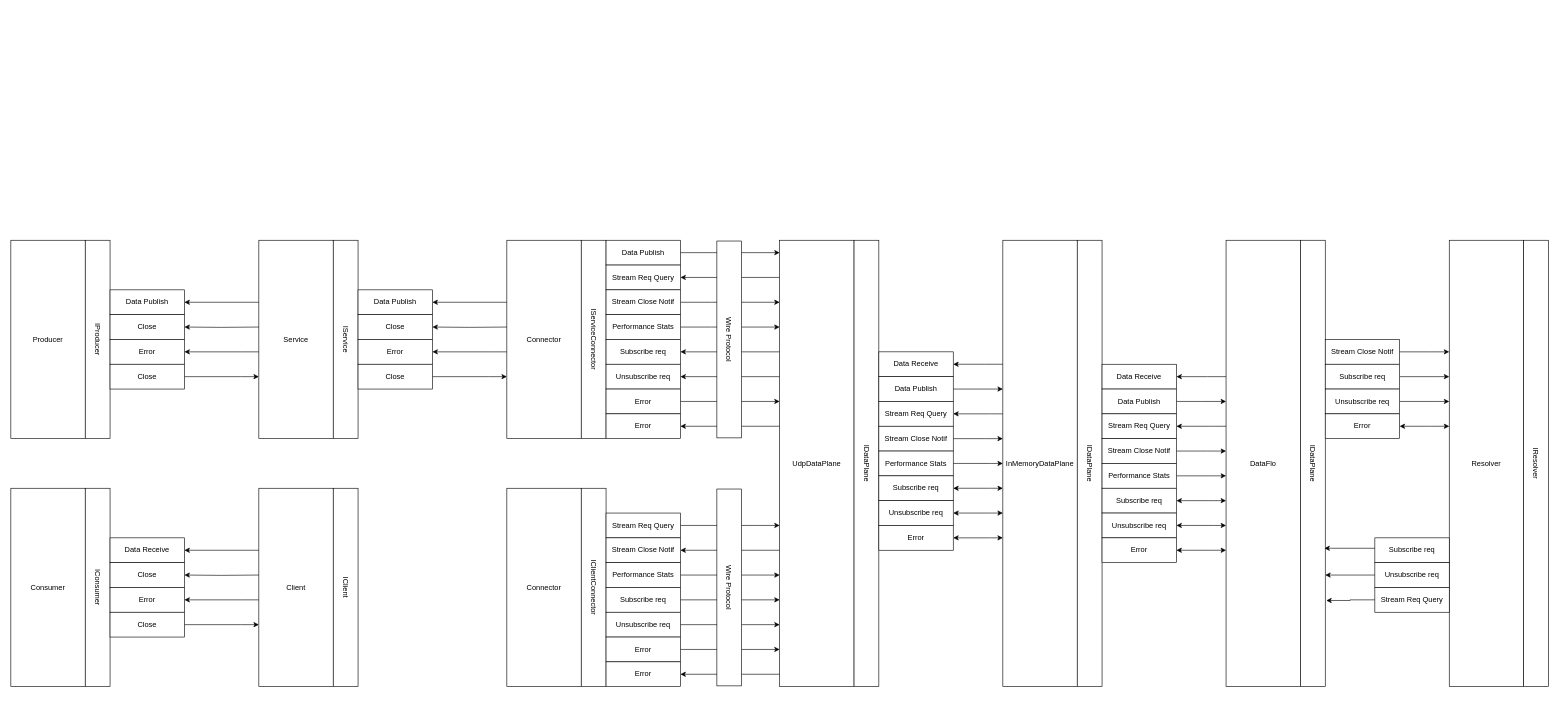
The draw.io diagram page "Object Data Flow" (7 of 12) of documentation.drawio in yash101/DataFloJava, before the edit. Source tidied: cells renumbered, new cells numbered last; positions are measured from the earlier drawing's top-left corner, leaving out a move shared by most shapes. Both pictures are drawn from the tidied source at 62%, with x=0, y=0 at pixel (-2, 240).
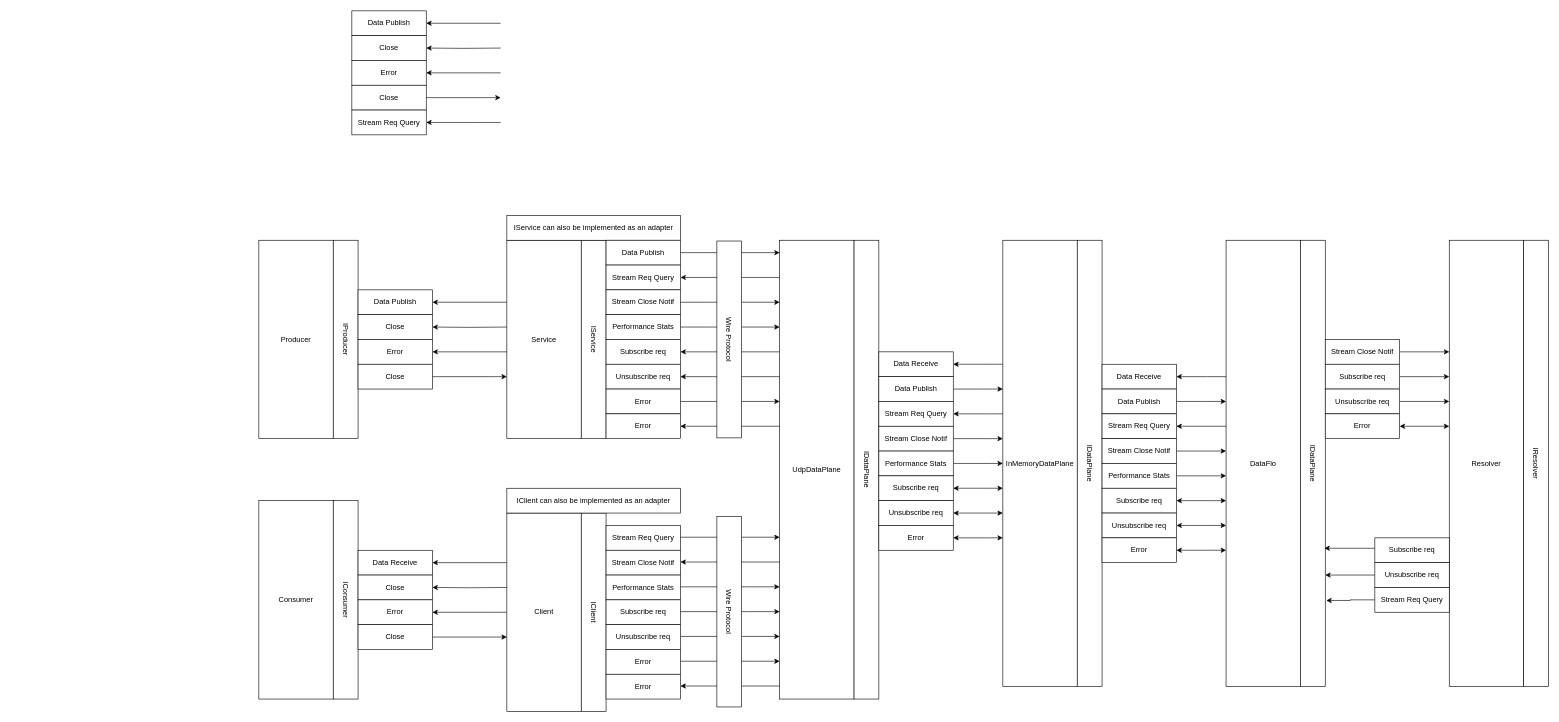
The same diagram, later.

Change to the diagram source:
```diff
@@
     <mxCell id="2" value="Producer" style="rounded=0;whiteSpace=wrap;html=1;" parent="1" vertex="1">
-      <mxGeometry x="20" width="120" height="320" as="geometry" />
+      <mxGeometry x="420" width="120" height="320" as="geometry" />
     </mxCell>
     <mxCell id="3" value="IProducer" style="rounded=0;whiteSpace=wrap;html=1;rotation=90;" parent="1" vertex="1">
-      <mxGeometry y="140" width="320" height="40" as="geometry" />
+      <mxGeometry x="400" y="140" width="320" height="40" as="geometry" />
     </mxCell>
     <mxCell id="4" value="Consumer" style="rounded=0;whiteSpace=wrap;html=1;" parent="1" vertex="1">
-      <mxGeometry x="20" y="400" width="120" height="320" as="geometry" />
+      <mxGeometry x="420" y="420" width="120" height="320" as="geometry" />
     </mxCell>
     <mxCell id="5" value="IConsumer" style="rounded=0;whiteSpace=wrap;html=1;rotation=90;" parent="1" vertex="1">
-      <mxGeometry y="540" width="320" height="40" as="geometry" />
+      <mxGeometry x="400" y="560" width="320" height="40" as="geometry" />
     </mxCell>
     <mxCell id="6" value="Service" style="rounded=0;whiteSpace=wrap;html=1;" parent="1" vertex="1">
-      <mxGeometry x="420" width="120" height="320" as="geometry" />
+      <mxGeometry x="820" width="120" height="320" as="geometry" />
     </mxCell>
     <mxCell id="7" value="IService" style="rounded=0;whiteSpace=wrap;html=1;rotation=90;" parent="1" vertex="1">
-      <mxGeometry x="400" y="140" width="320" height="40" as="geometry" />
+      <mxGeometry x="800" y="140" width="320" height="40" as="geometry" />
     </mxCell>
     <mxCell id="8" style="edgeStyle=orthogonalEdgeStyle;rounded=0;jettySize=auto;html=1;" parent="1" edge="1" target="59">
       <mxGeometry relative="1" as="geometry">
-        <mxPoint x="420" y="500" as="sourcePoint" />
+        <mxPoint x="820" y="520" as="sourcePoint" />
         <Array as="points">
-          <mxPoint x="380" y="500" />
-          <mxPoint x="380" y="500" />
+          <mxPoint x="780" y="520" />
+          <mxPoint x="780" y="520" />
         </Array>
       </mxGeometry>
     </mxCell>
     <mxCell id="9" style="edgeStyle=orthogonalEdgeStyle;rounded=0;jettySize=auto;html=1;" parent="1" edge="1" target="60">
       <mxGeometry relative="1" as="geometry">
-        <mxPoint x="420" y="540" as="sourcePoint" />
+        <mxPoint x="820" y="560" as="sourcePoint" />
       </mxGeometry>
     </mxCell>
     <mxCell id="10" style="edgeStyle=orthogonalEdgeStyle;rounded=0;jettySize=auto;html=1;" parent="1" edge="1" target="61">
       <mxGeometry relative="1" as="geometry">
-        <mxPoint x="420" y="580" as="sourcePoint" />
+        <mxPoint x="820" y="600" as="sourcePoint" />
         <Array as="points">
-          <mxPoint x="390" y="580" />
-          <mxPoint x="390" y="580" />
+          <mxPoint x="790" y="600" />
+          <mxPoint x="790" y="600" />
         </Array>
       </mxGeometry>
     </mxCell>
     <mxCell id="11" value="Client" style="rounded=0;whiteSpace=wrap;html=1;" parent="1" vertex="1">
-      <mxGeometry x="420" y="400" width="120" height="320" as="geometry" />
+      <mxGeometry x="820" y="440" width="120" height="320" as="geometry" />
     </mxCell>
     <mxCell id="12" value="IClient" style="rounded=0;whiteSpace=wrap;html=1;rotation=90;" parent="1" vertex="1">
-      <mxGeometry x="400" y="540" width="320" height="40" as="geometry" />
+      <mxGeometry x="800" y="580" width="320" height="40" as="geometry" />
     </mxCell>
+    <mxCell id="124" style="edgeStyle=orthogonalEdgeStyle;rounded=0;jettySize=auto;html=1;" parent="1" edge="1" target="125">
+      <mxGeometry relative="1" as="geometry">
+        <mxPoint x="810" y="-190" as="sourcePoint" />
+        <Array as="points">
+          <mxPoint x="770" y="-190" />
+          <mxPoint x="770" y="-190" />
+        </Array>
+      </mxGeometry>
+    </mxCell>
-    <mxCell id="13" value="Connector" style="rounded=0;whiteSpace=wrap;html=1;" parent="1" vertex="1">
-      <mxGeometry x="820" width="120" height="320" as="geometry" />
+    <mxCell id="13" value="IService can also be implemented as an adapter" style="rounded=0;whiteSpace=wrap;html=1;" parent="1" vertex="1">
+      <mxGeometry x="820" y="-40" width="280" height="40" as="geometry" />
     </mxCell>
-    <mxCell id="14" value="IServiceConnector" style="rounded=0;whiteSpace=wrap;html=1;rotation=90;" parent="1" vertex="1">
-      <mxGeometry x="800" y="140" width="320" height="40" as="geometry" />
-    </mxCell>
-    <mxCell id="15" value="Connector" style="rounded=0;whiteSpace=wrap;html=1;" parent="1" vertex="1">
-      <mxGeometry x="820" y="400" width="120" height="320" as="geometry" />
-    </mxCell>
-    <mxCell id="16" value="IClientConnector" style="rounded=0;whiteSpace=wrap;html=1;rotation=90;" parent="1" vertex="1">
-      <mxGeometry x="800" y="540" width="320" height="40" as="geometry" />
-    </mxCell>
@@
-    <mxCell id="21" style="edgeStyle=orthogonalEdgeStyle;rounded=0;jettySize=auto;html=1;" parent="1" edge="1" source="23" target="49">
+    <mxCell id="21" style="edgeStyle=orthogonalEdgeStyle;rounded=0;orthogonalLoop=1;jettySize=auto;html=1;" parent="1" edge="1">
       <mxGeometry relative="1" as="geometry">
+        <mxPoint x="1260" y="519" as="sourcePoint" />
+        <mxPoint x="1100" y="519" as="targetPoint" />
         <Array as="points">
-          <mxPoint x="1220" y="500" />
-          <mxPoint x="1220" y="500" />
+          <mxPoint x="1220" y="519" />
+          <mxPoint x="1220" y="519" />
         </Array>
       </mxGeometry>
     </mxCell>
-    <mxCell id="22" style="edgeStyle=orthogonalEdgeStyle;rounded=0;jettySize=auto;html=1;" parent="1" edge="1" source="23" target="58">
+    <mxCell id="22" style="edgeStyle=orthogonalEdgeStyle;rounded=0;orthogonalLoop=1;jettySize=auto;html=1;" parent="1" edge="1">
       <mxGeometry relative="1" as="geometry">
+        <mxPoint x="1260" y="719" as="sourcePoint" />
+        <mxPoint x="1100" y="719" as="targetPoint" />
         <Array as="points">
-          <mxPoint x="1200" y="700" />
-          <mxPoint x="1200" y="700" />
+          <mxPoint x="1200" y="719" />
+          <mxPoint x="1200" y="719" />
         </Array>
       </mxGeometry>
     </mxCell>
     <mxCell id="23" value="UdpDataPlane" style="rounded=0;whiteSpace=wrap;html=1;" parent="1" vertex="1">
-      <mxGeometry x="1260" width="120" height="720" as="geometry" />
+      <mxGeometry x="1260" width="120" height="740" as="geometry" />
     </mxCell>
     <mxCell id="24" value="IDataPlane" style="rounded=0;whiteSpace=wrap;html=1;rotation=90;" parent="1" vertex="1">
-      <mxGeometry x="1040" y="340" width="720" height="40" as="geometry" />
+      <mxGeometry x="1030" y="350" width="740" height="40" as="geometry" />
     </mxCell>
@@
-    <mxCell id="47" style="edgeStyle=orthogonalEdgeStyle;rounded=0;jettySize=auto;html=1;" parent="1" edge="1" source="48" target="23">
+    <mxCell id="47" style="edgeStyle=orthogonalEdgeStyle;rounded=0;orthogonalLoop=1;jettySize=auto;html=1;" parent="1" edge="1">
       <mxGeometry relative="1" as="geometry">
+        <mxPoint x="1100" y="479" as="sourcePoint" />
+        <mxPoint x="1260" y="479" as="targetPoint" />
         <Array as="points">
-          <mxPoint x="1220" y="460" />
-          <mxPoint x="1220" y="460" />
+          <mxPoint x="1220" y="479" />
+          <mxPoint x="1220" y="479" />
         </Array>
       </mxGeometry>
     </mxCell>
     <mxCell id="48" value="Stream Req Query" style="rounded=0;whiteSpace=wrap;html=1;" parent="1" vertex="1">
-      <mxGeometry x="980" y="440" width="120" height="40" as="geometry" />
+      <mxGeometry x="980" y="460" width="120" height="40" as="geometry" />
     </mxCell>
     <mxCell id="49" value="Stream Close Notif" style="rounded=0;whiteSpace=wrap;html=1;" parent="1" vertex="1">
-      <mxGeometry x="980" y="480" width="120" height="40" as="geometry" />
+      <mxGeometry x="980" y="500" width="120" height="40" as="geometry" />
     </mxCell>
-    <mxCell id="50" style="edgeStyle=orthogonalEdgeStyle;rounded=0;jettySize=auto;html=1;" parent="1" edge="1" source="51" target="23">
+    <mxCell id="50" style="edgeStyle=orthogonalEdgeStyle;rounded=0;orthogonalLoop=1;jettySize=auto;html=1;" parent="1" edge="1">
       <mxGeometry relative="1" as="geometry">
+        <mxPoint x="1100" y="559" as="sourcePoint" />
+        <mxPoint x="1260" y="559" as="targetPoint" />
         <Array as="points">
-          <mxPoint x="1220" y="540" />
-          <mxPoint x="1220" y="540" />
+          <mxPoint x="1220" y="559" />
+          <mxPoint x="1220" y="559" />
         </Array>
       </mxGeometry>
     </mxCell>
     <mxCell id="51" value="Performance Stats" style="rounded=0;whiteSpace=wrap;html=1;" parent="1" vertex="1">
-      <mxGeometry x="980" y="520" width="120" height="40" as="geometry" />
+      <mxGeometry x="980" y="540" width="120" height="40" as="geometry" />
     </mxCell>
-    <mxCell id="52" style="edgeStyle=orthogonalEdgeStyle;rounded=0;jettySize=auto;html=1;" parent="1" edge="1" source="53" target="23">
+    <mxCell id="52" style="edgeStyle=orthogonalEdgeStyle;rounded=0;orthogonalLoop=1;jettySize=auto;html=1;" parent="1" edge="1">
       <mxGeometry relative="1" as="geometry">
+        <mxPoint x="1100" y="599" as="sourcePoint" />
+        <mxPoint x="1260" y="599" as="targetPoint" />
         <Array as="points">
-          <mxPoint x="1210" y="580" />
-          <mxPoint x="1210" y="580" />
+          <mxPoint x="1210" y="599" />
+          <mxPoint x="1210" y="599" />
         </Array>
       </mxGeometry>
     </mxCell>
     <mxCell id="53" value="Subscribe req" style="rounded=0;whiteSpace=wrap;html=1;" parent="1" vertex="1">
-      <mxGeometry x="980" y="560" width="120" height="40" as="geometry" />
+      <mxGeometry x="980" y="580" width="120" height="40" as="geometry" />
     </mxCell>
-    <mxCell id="54" style="edgeStyle=orthogonalEdgeStyle;rounded=0;jettySize=auto;html=1;" parent="1" edge="1" source="55" target="23">
+    <mxCell id="54" style="edgeStyle=orthogonalEdgeStyle;rounded=0;orthogonalLoop=1;jettySize=auto;html=1;" parent="1" edge="1">
       <mxGeometry relative="1" as="geometry">
+        <mxPoint x="1100" y="639" as="sourcePoint" />
+        <mxPoint x="1260" y="639" as="targetPoint" />
         <Array as="points">
-          <mxPoint x="1200" y="620" />
-          <mxPoint x="1200" y="620" />
+          <mxPoint x="1200" y="639" />
+          <mxPoint x="1200" y="639" />
         </Array>
       </mxGeometry>
     </mxCell>
     <mxCell id="55" value="Unsubscribe req" style="rounded=0;whiteSpace=wrap;html=1;" parent="1" vertex="1">
-      <mxGeometry x="980" y="600" width="120" height="40" as="geometry" />
+      <mxGeometry x="980" y="620" width="120" height="40" as="geometry" />
     </mxCell>
-    <mxCell id="56" style="edgeStyle=orthogonalEdgeStyle;rounded=0;jettySize=auto;html=1;" parent="1" edge="1" source="57" target="23">
+    <mxCell id="56" style="edgeStyle=orthogonalEdgeStyle;rounded=0;orthogonalLoop=1;jettySize=auto;html=1;" parent="1" edge="1">
       <mxGeometry relative="1" as="geometry">
+        <mxPoint x="1100" y="679" as="sourcePoint" />
+        <mxPoint x="1260" y="679" as="targetPoint" />
         <Array as="points">
-          <mxPoint x="1220" y="660" />
-          <mxPoint x="1220" y="660" />
+          <mxPoint x="1220" y="679" />
+          <mxPoint x="1220" y="679" />
         </Array>
       </mxGeometry>
     </mxCell>
     <mxCell id="57" value="Error" style="rounded=0;whiteSpace=wrap;html=1;" parent="1" vertex="1">
-      <mxGeometry x="980" y="640" width="120" height="40" as="geometry" />
+      <mxGeometry x="980" y="660" width="120" height="40" as="geometry" />
     </mxCell>
     <mxCell id="58" value="Error" style="rounded=0;whiteSpace=wrap;html=1;" parent="1" vertex="1">
-      <mxGeometry x="980" y="680" width="120" height="40" as="geometry" />
+      <mxGeometry x="980" y="700" width="120" height="40" as="geometry" />
     </mxCell>
     <mxCell id="59" value="Data Receive" style="rounded=0;whiteSpace=wrap;html=1;" parent="1" vertex="1">
-      <mxGeometry x="180" y="480" width="120" height="40" as="geometry" />
+      <mxGeometry x="580" y="500" width="120" height="40" as="geometry" />
     </mxCell>
     <mxCell id="60" value="Close" style="rounded=0;whiteSpace=wrap;html=1;" parent="1" vertex="1">
-      <mxGeometry x="180" y="520" width="120" height="40" as="geometry" />
+      <mxGeometry x="580" y="540" width="120" height="40" as="geometry" />
     </mxCell>
     <mxCell id="61" value="Error" style="rounded=0;whiteSpace=wrap;html=1;" parent="1" vertex="1">
-      <mxGeometry x="180" y="560" width="120" height="40" as="geometry" />
+      <mxGeometry x="580" y="580" width="120" height="40" as="geometry" />
     </mxCell>
     <mxCell id="62" style="edgeStyle=orthogonalEdgeStyle;rounded=0;jettySize=auto;html=1;" parent="1" edge="1" source="63">
       <mxGeometry relative="1" as="geometry">
-        <mxPoint x="420" y="620" as="targetPoint" />
+        <mxPoint x="820" y="640" as="targetPoint" />
         <Array as="points">
-          <mxPoint x="390" y="620" />
-          <mxPoint x="390" y="620" />
+          <mxPoint x="790" y="640" />
+          <mxPoint x="790" y="640" />
         </Array>
       </mxGeometry>
     </mxCell>
     <mxCell id="63" value="Close" style="rounded=0;whiteSpace=wrap;html=1;" parent="1" vertex="1">
-      <mxGeometry x="180" y="600" width="120" height="40" as="geometry" />
+      <mxGeometry x="580" y="620" width="120" height="40" as="geometry" />
     </mxCell>
     <mxCell id="64" style="edgeStyle=orthogonalEdgeStyle;rounded=0;jettySize=auto;html=1;" parent="1" edge="1" target="67">
       <mxGeometry relative="1" as="geometry">
-        <mxPoint x="420" y="100" as="sourcePoint" />
+        <mxPoint x="820" y="100" as="sourcePoint" />
         <Array as="points">
-          <mxPoint x="380" y="100" />
-          <mxPoint x="380" y="100" />
+          <mxPoint x="780" y="100" />
+          <mxPoint x="780" y="100" />
         </Array>
       </mxGeometry>
     </mxCell>
     <mxCell id="65" style="edgeStyle=orthogonalEdgeStyle;rounded=0;jettySize=auto;html=1;" parent="1" edge="1" target="68">
       <mxGeometry relative="1" as="geometry">
-        <mxPoint x="420" y="140" as="sourcePoint" />
+        <mxPoint x="820" y="140" as="sourcePoint" />
       </mxGeometry>
     </mxCell>
     <mxCell id="66" style="edgeStyle=orthogonalEdgeStyle;rounded=0;jettySize=auto;html=1;" parent="1" edge="1" target="69">
       <mxGeometry relative="1" as="geometry">
-        <mxPoint x="420" y="180" as="sourcePoint" />
+        <mxPoint x="820" y="180" as="sourcePoint" />
         <Array as="points">
-          <mxPoint x="390" y="180" />
-          <mxPoint x="390" y="180" />
+          <mxPoint x="790" y="180" />
+          <mxPoint x="790" y="180" />
         </Array>
       </mxGeometry>
     </mxCell>
     <mxCell id="67" value="Data Publish" style="rounded=0;whiteSpace=wrap;html=1;" parent="1" vertex="1">
-      <mxGeometry x="180" y="80" width="120" height="40" as="geometry" />
+      <mxGeometry x="580" y="80" width="120" height="40" as="geometry" />
     </mxCell>
     <mxCell id="68" value="Close" style="rounded=0;whiteSpace=wrap;html=1;" parent="1" vertex="1">
-      <mxGeometry x="180" y="120" width="120" height="40" as="geometry" />
+      <mxGeometry x="580" y="120" width="120" height="40" as="geometry" />
     </mxCell>
     <mxCell id="69" value="Error" style="rounded=0;whiteSpace=wrap;html=1;" parent="1" vertex="1">
-      <mxGeometry x="180" y="160" width="120" height="40" as="geometry" />
+      <mxGeometry x="580" y="160" width="120" height="40" as="geometry" />
     </mxCell>
     <mxCell id="70" style="edgeStyle=orthogonalEdgeStyle;rounded=0;jettySize=auto;html=1;" parent="1" edge="1" source="71">
       <mxGeometry relative="1" as="geometry">
-        <mxPoint x="420" y="220" as="targetPoint" />
+        <mxPoint x="820" y="220" as="targetPoint" />
         <Array as="points">
-          <mxPoint x="390" y="220" />
-          <mxPoint x="390" y="220" />
+          <mxPoint x="790" y="220" />
+          <mxPoint x="790" y="220" />
         </Array>
       </mxGeometry>
     </mxCell>
     <mxCell id="71" value="Close" style="rounded=0;whiteSpace=wrap;html=1;" parent="1" vertex="1">
-      <mxGeometry x="180" y="200" width="120" height="40" as="geometry" />
+      <mxGeometry x="580" y="200" width="120" height="40" as="geometry" />
     </mxCell>
     <mxCell id="72" value="Wire Protocol" style="rounded=0;whiteSpace=wrap;html=1;rotation=90;" parent="1" vertex="1">
-      <mxGeometry x="1020" y="540" width="317.5" height="40" as="geometry" />
+      <mxGeometry x="1025" y="579" width="307.5" height="40" as="geometry" />
     </mxCell>
@@
     <mxCell id="116" style="edgeStyle=orthogonalEdgeStyle;rounded=0;jettySize=auto;html=1;" parent="1" edge="1" target="119">
       <mxGeometry relative="1" as="geometry">
-        <mxPoint x="820" y="100" as="sourcePoint" />
+        <mxPoint x="810" y="-350" as="sourcePoint" />
         <Array as="points">
-          <mxPoint x="780" y="100" />
-          <mxPoint x="780" y="100" />
+          <mxPoint x="770" y="-350" />
+          <mxPoint x="770" y="-350" />
         </Array>
       </mxGeometry>
     </mxCell>
     <mxCell id="117" style="edgeStyle=orthogonalEdgeStyle;rounded=0;jettySize=auto;html=1;" parent="1" edge="1" target="120">
       <mxGeometry relative="1" as="geometry">
-        <mxPoint x="820" y="140" as="sourcePoint" />
+        <mxPoint x="810" y="-310" as="sourcePoint" />
       </mxGeometry>
     </mxCell>
     <mxCell id="118" style="edgeStyle=orthogonalEdgeStyle;rounded=0;jettySize=auto;html=1;" parent="1" edge="1" target="121">
       <mxGeometry relative="1" as="geometry">
-        <mxPoint x="820" y="180" as="sourcePoint" />
+        <mxPoint x="810" y="-270" as="sourcePoint" />
         <Array as="points">
-          <mxPoint x="790" y="180" />
-          <mxPoint x="790" y="180" />
+          <mxPoint x="780" y="-270" />
+          <mxPoint x="780" y="-270" />
         </Array>
       </mxGeometry>
     </mxCell>
     <mxCell id="119" value="Data Publish" style="rounded=0;whiteSpace=wrap;html=1;" parent="1" vertex="1">
-      <mxGeometry x="580" y="80" width="120" height="40" as="geometry" />
+      <mxGeometry x="570" y="-370" width="120" height="40" as="geometry" />
     </mxCell>
     <mxCell id="120" value="Close" style="rounded=0;whiteSpace=wrap;html=1;" parent="1" vertex="1">
-      <mxGeometry x="580" y="120" width="120" height="40" as="geometry" />
+      <mxGeometry x="570" y="-330" width="120" height="40" as="geometry" />
     </mxCell>
     <mxCell id="121" value="Error" style="rounded=0;whiteSpace=wrap;html=1;" parent="1" vertex="1">
-      <mxGeometry x="580" y="160" width="120" height="40" as="geometry" />
+      <mxGeometry x="570" y="-290" width="120" height="40" as="geometry" />
     </mxCell>
     <mxCell id="122" style="edgeStyle=orthogonalEdgeStyle;rounded=0;jettySize=auto;html=1;" parent="1" edge="1" source="123">
       <mxGeometry relative="1" as="geometry">
-        <mxPoint x="820" y="220" as="targetPoint" />
+        <mxPoint x="810" y="-230" as="targetPoint" />
         <Array as="points">
-          <mxPoint x="790" y="220" />
-          <mxPoint x="790" y="220" />
+          <mxPoint x="780" y="-230" />
+          <mxPoint x="780" y="-230" />
         </Array>
       </mxGeometry>
     </mxCell>
     <mxCell id="123" value="Close" style="rounded=0;whiteSpace=wrap;html=1;" parent="1" vertex="1">
-      <mxGeometry x="580" y="200" width="120" height="40" as="geometry" />
+      <mxGeometry x="570" y="-250" width="120" height="40" as="geometry" />
     </mxCell>
+    <mxCell id="125" value="Stream Req Query" style="rounded=0;whiteSpace=wrap;html=1;" parent="1" vertex="1">
+      <mxGeometry x="570" y="-210" width="120" height="40" as="geometry" />
+    </mxCell>
+    <mxCell id="126" value="IClient can also be implemented as an adapter" style="rounded=0;whiteSpace=wrap;html=1;" parent="1" vertex="1">
+      <mxGeometry x="820" y="400" width="280" height="40" as="geometry" />
+    </mxCell>
```
